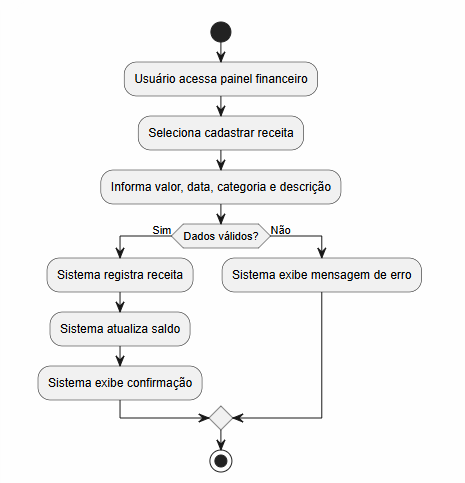
Earlier version of the PlantUML export docs/modelagem/atividades/cadastrar-receita.png (Nathan-Edu/Financa-Facil). Its source is kept beside it as docs/modelagem/atividades/cadastrar-receita.puml. Source of this version:
```plantuml
@startuml
start

:Usuário acessa painel financeiro;
:Seleciona cadastrar receita;
:Informa valor, data, categoria e descrição;

if (Dados válidos?) then (Sim)
  :Sistema registra receita;
  :Sistema atualiza saldo;
  :Sistema exibe confirmação;
else (Não)
  :Sistema exibe mensagem de erro;
endif

stop
@enduml
```
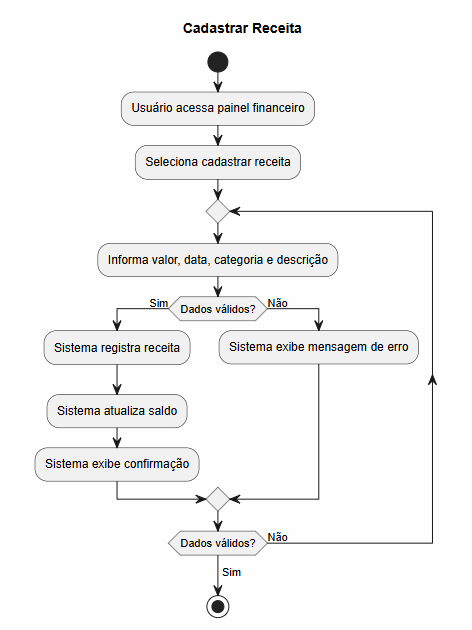
Later version of the same file.

Change to the diagram source:
```diff
@@ -1,17 +1,24 @@
 @startuml
+title Cadastrar Receita
+
 start
 
 :Usuário acessa painel financeiro;
 :Seleciona cadastrar receita;
-:Informa valor, data, categoria e descrição;
 
-if (Dados válidos?) then (Sim)
-  :Sistema registra receita;
-  :Sistema atualiza saldo;
-  :Sistema exibe confirmação;
-else (Não)
-  :Sistema exibe mensagem de erro;
-endif
+repeat
+  :Informa valor, data, categoria e descrição;
+
+  if (Dados válidos?) then (Sim)
+    :Sistema registra receita;
+    :Sistema atualiza saldo;
+    :Sistema exibe confirmação;
+  else (Não)
+    :Sistema exibe mensagem de erro;
+  endif
+
+repeat while (Dados válidos?) is (Não)
+-> Sim;
 
 stop
 @enduml
```
